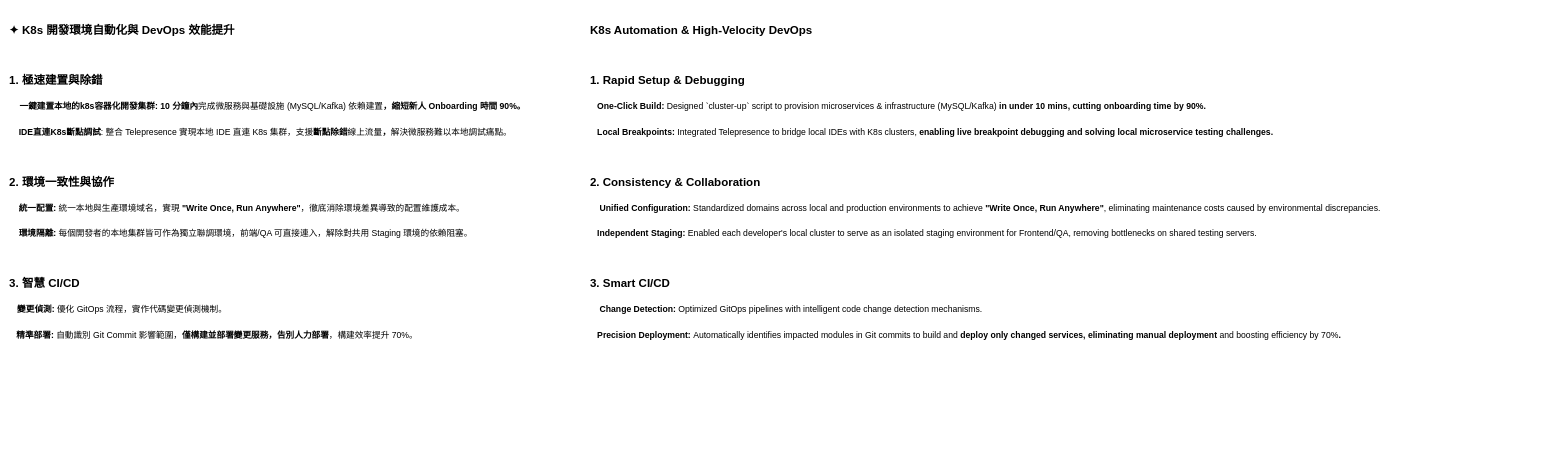
The draw.io diagram doc/開發效能提升PPT.drawio in vincentf13/open.vincentf13, before the edit. Source tidied: cells renumbered, new cells numbered last; positions are measured from the earlier drawing's top-left corner, leaving out a move shared by most shapes. Both pictures are drawn from the tidied source at 48%, with x=0, y=0 at pixel (8, 8).
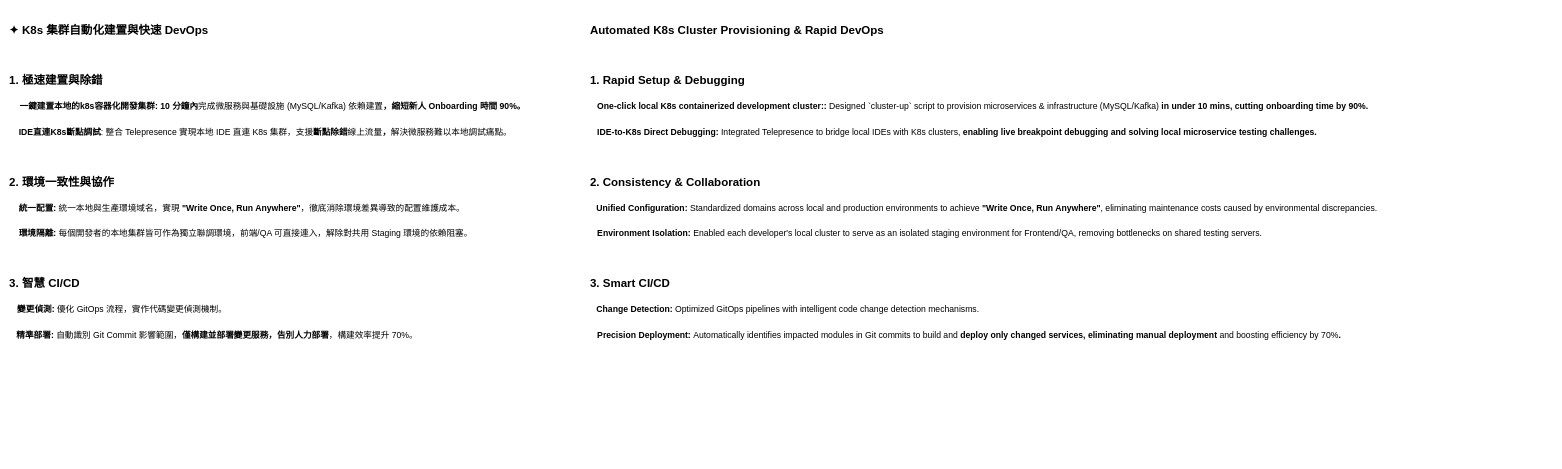
The same page after the edit.

The edit, as a diff of the source:
```diff
@@
 <mxGraphModel>
   <root>
     <mxCell id="0" />
     <mxCell id="1" parent="0" />
-    <mxCell id="2" value="&lt;h1 style=&quot;margin-top: 0px;&quot;&gt;&lt;p&gt;✦ K8s 開發環境自動化與 DevOps 效能提升&lt;/p&gt;&lt;p&gt;&lt;br&gt;&lt;/p&gt;&lt;p&gt;1. 極速建置與除錯&lt;/p&gt;&lt;p&gt;&amp;nbsp;&lt;font style=&quot;font-size: 18px;&quot;&gt;&amp;nbsp; &amp;nbsp;一鍵建置本地的k8s容器化開發集群: &lt;font style=&quot;&quot;&gt;10 分鐘內&lt;span style=&quot;font-weight: normal;&quot;&gt;完成微服務與基礎設施 (MySQL/Kafka) 依賴建置&lt;/span&gt;，縮短新人 Onboarding 時間 90%。&lt;/font&gt;&lt;/font&gt;&lt;/p&gt;&lt;p&gt;&lt;font style=&quot;font-size: 18px;&quot;&gt;&amp;nbsp; &amp;nbsp; IDE直連K8s斷點調試&lt;span style=&quot;font-weight: normal;&quot;&gt;: 整合 Telepresence 實現本地 IDE 直連 K8s 集群，支援&lt;/span&gt;斷點除錯&lt;span style=&quot;font-weight: normal;&quot;&gt;線上流量&lt;/span&gt;，&lt;span style=&quot;font-weight: normal;&quot;&gt;解決微服務難以本地調試痛點。&lt;/span&gt;&lt;/font&gt;&lt;/p&gt;&lt;p&gt;&lt;br&gt;&lt;/p&gt;&lt;p&gt;2. 環境一致性與協作&lt;/p&gt;&lt;p&gt;&lt;font style=&quot;font-size: 18px;&quot;&gt;&amp;nbsp; &amp;nbsp; 統一配置: &lt;span style=&quot;font-weight: normal;&quot;&gt;統一本地與生產環境域名，實現 &lt;/span&gt;&quot;Write Once, Run Anywhere&quot;&lt;span style=&quot;font-weight: normal;&quot;&gt;，徹底消除環境差異導致的配置維護成本。&lt;/span&gt;&lt;/font&gt;&lt;/p&gt;&lt;p&gt;&lt;font style=&quot;font-size: 18px;&quot;&gt;&amp;nbsp; &amp;nbsp; 環境隔離:&lt;span style=&quot;font-weight: normal;&quot;&gt; 每個開發者的本地集群皆可作為獨立聯調環境，前端/QA 可直接連入，解除對共用 Staging 環境的依賴阻塞。&lt;/span&gt;&lt;/font&gt;&lt;/p&gt;&lt;p&gt;&lt;br&gt;&lt;/p&gt;&lt;p&gt;3. 智慧 CI/CD&lt;/p&gt;&lt;p&gt;&amp;nbsp;&lt;font style=&quot;font-size: 18px;&quot;&gt;&amp;nbsp; 變更偵測: &lt;span style=&quot;font-weight: normal;&quot;&gt;優化 GitOps 流程，實作代碼變更偵測機制。&lt;/span&gt;&lt;/font&gt;&lt;/p&gt;&lt;p&gt;&lt;font style=&quot;font-size: 18px;&quot;&gt;&amp;nbsp; &amp;nbsp;精準部署: &lt;span style=&quot;font-weight: normal;&quot;&gt;自動識別 Git Commit 影響範圍，&lt;/span&gt;僅構建並部署變更服務，告別人力部署&lt;span style=&quot;font-weight: normal;&quot;&gt;，構建效率提升 70%。&lt;/span&gt;&lt;/font&gt;&lt;/p&gt;&lt;/h1&gt;" style="text;html=1;whiteSpace=wrap;overflow=hidden;rounded=0;" parent="1" vertex="1">
+    <mxCell id="2" value="&lt;h1 style=&quot;margin-top: 0px;&quot;&gt;&lt;p&gt;✦ K8s 集群自動化建置與快速 DevOps&amp;nbsp;&lt;/p&gt;&lt;p&gt;&lt;br&gt;&lt;/p&gt;&lt;p&gt;1. 極速建置與除錯&lt;/p&gt;&lt;p&gt;&amp;nbsp;&lt;font style=&quot;font-size: 18px;&quot;&gt;&amp;nbsp; &amp;nbsp;一鍵建置本地的k8s容器化開發集群: &lt;font style=&quot;&quot;&gt;10 分鐘內&lt;span style=&quot;font-weight: normal;&quot;&gt;完成微服務與基礎設施 (MySQL/Kafka) 依賴建置&lt;/span&gt;，縮短新人 Onboarding 時間 90%。&lt;/font&gt;&lt;/font&gt;&lt;/p&gt;&lt;p&gt;&lt;font style=&quot;font-size: 18px;&quot;&gt;&amp;nbsp; &amp;nbsp; IDE直連K8s斷點調試&lt;span style=&quot;font-weight: normal;&quot;&gt;: 整合 Telepresence 實現本地 IDE 直連 K8s 集群，支援&lt;/span&gt;斷點除錯&lt;span style=&quot;font-weight: normal;&quot;&gt;線上流量&lt;/span&gt;，&lt;span style=&quot;font-weight: normal;&quot;&gt;解決微服務難以本地調試痛點。&lt;/span&gt;&lt;/font&gt;&lt;/p&gt;&lt;p&gt;&lt;br&gt;&lt;/p&gt;&lt;p&gt;2. 環境一致性與協作&lt;/p&gt;&lt;p&gt;&lt;font style=&quot;font-size: 18px;&quot;&gt;&amp;nbsp; &amp;nbsp; 統一配置: &lt;span style=&quot;font-weight: normal;&quot;&gt;統一本地與生產環境域名，實現 &lt;/span&gt;&quot;Write Once, Run Anywhere&quot;&lt;span style=&quot;font-weight: normal;&quot;&gt;，徹底消除環境差異導致的配置維護成本。&lt;/span&gt;&lt;/font&gt;&lt;/p&gt;&lt;p&gt;&lt;font style=&quot;font-size: 18px;&quot;&gt;&amp;nbsp; &amp;nbsp; 環境隔離:&lt;span style=&quot;font-weight: normal;&quot;&gt; 每個開發者的本地集群皆可作為獨立聯調環境，前端/QA 可直接連入，解除對共用 Staging 環境的依賴阻塞。&lt;/span&gt;&lt;/font&gt;&lt;/p&gt;&lt;p&gt;&lt;br&gt;&lt;/p&gt;&lt;p&gt;3. 智慧 CI/CD&lt;/p&gt;&lt;p&gt;&amp;nbsp;&lt;font style=&quot;font-size: 18px;&quot;&gt;&amp;nbsp; 變更偵測: &lt;span style=&quot;font-weight: normal;&quot;&gt;優化 GitOps 流程，實作代碼變更偵測機制。&lt;/span&gt;&lt;/font&gt;&lt;/p&gt;&lt;p&gt;&lt;font style=&quot;font-size: 18px;&quot;&gt;&amp;nbsp; &amp;nbsp;精準部署: &lt;span style=&quot;font-weight: normal;&quot;&gt;自動識別 Git Commit 影響範圍，&lt;/span&gt;僅構建並部署變更服務，告別人力部署&lt;span style=&quot;font-weight: normal;&quot;&gt;，構建效率提升 70%。&lt;/span&gt;&lt;/font&gt;&lt;/p&gt;&lt;/h1&gt;" style="text;html=1;whiteSpace=wrap;overflow=hidden;rounded=0;" parent="1" vertex="1">
       <mxGeometry width="1270" height="940" as="geometry" />
     </mxCell>
-    <mxCell id="3" value="&lt;h1 style=&quot;margin-top: 0px;&quot;&gt;&lt;p&gt;K8s Automation &amp;amp; High-Velocity DevOps&lt;/p&gt;&lt;p&gt;&lt;br&gt;&lt;/p&gt;&lt;p&gt;1. Rapid Setup &amp;amp; Debugging&lt;/p&gt;&lt;p&gt;&lt;font style=&quot;font-size: 18px;&quot;&gt;&amp;nbsp; &amp;nbsp;One-Click Build: &lt;span style=&quot;font-weight: normal;&quot;&gt;Designed `cluster-up` script to provision microservices &amp;amp; infrastructure (MySQL/Kafka) &lt;/span&gt;in under 10 mins, cutting onboarding time by 90%.&lt;/font&gt;&lt;/p&gt;&lt;p&gt;&lt;font style=&quot;font-size: 18px;&quot;&gt;&amp;nbsp; &amp;nbsp;Local Breakpoints: &lt;span style=&quot;font-weight: normal;&quot;&gt;Integrated Telepresence to bridge local IDEs with K8s clusters, &lt;/span&gt;enabling live breakpoint debugging and solving local microservice testing challenges.&lt;/font&gt;&lt;/p&gt;&lt;p&gt;&lt;br&gt;&lt;/p&gt;&lt;p&gt;2. Consistency &amp;amp; Collaboration&lt;/p&gt;&lt;p&gt;&amp;nbsp; &amp;nbsp;&lt;font style=&quot;font-size: 18px;&quot;&gt;Unified Configuration: &lt;span style=&quot;font-weight: normal;&quot;&gt;Standardized domains across local and production environments to achieve &lt;/span&gt;&quot;Write Once, Run Anywhere&quot;&lt;span style=&quot;font-weight: normal;&quot;&gt;, eliminating maintenance costs caused by environmental discrepancies.&lt;/span&gt;&lt;/font&gt;&lt;/p&gt;&lt;p&gt;&lt;font style=&quot;font-size: 18px;&quot;&gt;&amp;nbsp; &amp;nbsp;Independent Staging: &lt;span style=&quot;font-weight: normal;&quot;&gt;Enabled each developer's local cluster to serve as an isolated staging environment for Frontend/QA, removing bottlenecks on shared testing servers.&lt;/span&gt;&lt;/font&gt;&lt;/p&gt;&lt;p&gt;&lt;br&gt;&lt;/p&gt;&lt;p&gt;3. Smart CI/CD&lt;/p&gt;&lt;p&gt;&amp;nbsp; &amp;nbsp;&lt;font style=&quot;font-size: 18px;&quot;&gt;Change Detection: &lt;span style=&quot;font-weight: normal;&quot;&gt;Optimized GitOps pipelines with intelligent code change detection mechanisms.&lt;/span&gt;&lt;/font&gt;&lt;/p&gt;&lt;p&gt;&lt;font style=&quot;font-size: 18px;&quot;&gt;&amp;nbsp; &amp;nbsp;Precision Deployment: &lt;span style=&quot;font-weight: normal;&quot;&gt;Automatically identifies impacted modules in Git commits to build and&lt;/span&gt; deploy only changed services, eliminating manual deployment&lt;span style=&quot;font-weight: normal;&quot;&gt; and boosting efficiency by 70%&lt;/span&gt;.&lt;/font&gt;&lt;/p&gt;&lt;/h1&gt;" style="text;html=1;whiteSpace=wrap;overflow=hidden;rounded=0;" parent="1" vertex="1">
+    <mxCell id="3" value="&lt;h1 style=&quot;margin-top: 0px;&quot;&gt;&lt;p&gt;Automated K8s Cluster Provisioning &amp;amp; Rapid DevOps&lt;/p&gt;&lt;p&gt;&lt;br&gt;&lt;/p&gt;&lt;p&gt;1. Rapid Setup &amp;amp; Debugging&lt;/p&gt;&lt;p&gt;&lt;font style=&quot;font-size: 18px;&quot;&gt;&amp;nbsp; &amp;nbsp;One-click local K8s containerized development cluster:: &lt;span style=&quot;font-weight: normal;&quot;&gt;Designed `cluster-up` script to provision microservices &amp;amp; infrastructure (MySQL/Kafka) &lt;/span&gt;in under 10 mins, cutting onboarding time by 90%.&lt;/font&gt;&lt;/p&gt;&lt;p&gt;&lt;font style=&quot;font-size: 18px;&quot;&gt;&amp;nbsp; &amp;nbsp;IDE-to-K8s Direct Debugging: &lt;span style=&quot;font-weight: normal;&quot;&gt;Integrated Telepresence to bridge local IDEs with K8s clusters, &lt;/span&gt;enabling live breakpoint debugging and solving local microservice testing challenges.&lt;/font&gt;&lt;/p&gt;&lt;p&gt;&lt;br&gt;&lt;/p&gt;&lt;p&gt;2. Consistency &amp;amp; Collaboration&lt;/p&gt;&lt;p&gt;&amp;nbsp; &lt;font style=&quot;font-size: 18px;&quot;&gt;Unified Configuration: &lt;span style=&quot;font-weight: normal;&quot;&gt;Standardized domains across local and production environments to achieve &lt;/span&gt;&quot;Write Once, Run Anywhere&quot;&lt;span style=&quot;font-weight: normal;&quot;&gt;, eliminating maintenance costs caused by environmental discrepancies.&lt;/span&gt;&lt;/font&gt;&lt;/p&gt;&lt;p&gt;&lt;font style=&quot;font-size: 18px;&quot;&gt;&amp;nbsp; &amp;nbsp;Environment Isolation: &lt;span style=&quot;font-weight: normal;&quot;&gt;Enabled each developer's local cluster to serve as an isolated staging environment for Frontend/QA, removing bottlenecks on shared testing servers.&lt;/span&gt;&lt;/font&gt;&lt;/p&gt;&lt;p&gt;&lt;br&gt;&lt;/p&gt;&lt;p&gt;3. Smart CI/CD&lt;/p&gt;&lt;p&gt;&amp;nbsp; &lt;font style=&quot;font-size: 18px;&quot;&gt;Change Detection: &lt;span style=&quot;font-weight: normal;&quot;&gt;Optimized GitOps pipelines with intelligent code change detection mechanisms.&lt;/span&gt;&lt;/font&gt;&lt;/p&gt;&lt;p&gt;&lt;font style=&quot;font-size: 18px;&quot;&gt;&amp;nbsp; &amp;nbsp;Precision Deployment: &lt;span style=&quot;font-weight: normal;&quot;&gt;Automatically identifies impacted modules in Git commits to build and&lt;/span&gt; deploy only changed services, eliminating manual deployment&lt;span style=&quot;font-weight: normal;&quot;&gt; and boosting efficiency by 70%&lt;/span&gt;.&lt;/font&gt;&lt;/p&gt;&lt;/h1&gt;" style="text;html=1;whiteSpace=wrap;overflow=hidden;rounded=0;" parent="1" vertex="1">
       <mxGeometry x="1210" width="2010" height="840" as="geometry" />
     </mxCell>
   </root>
 </mxGraphModel>
```
